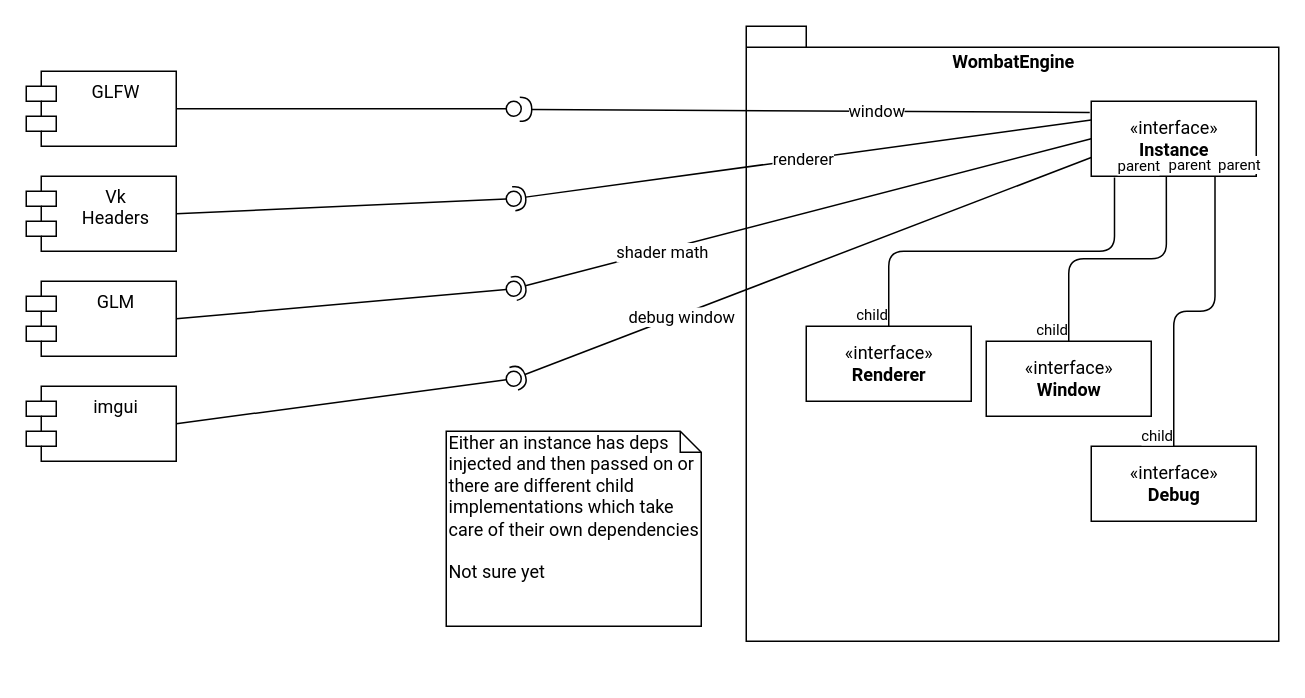
The draw.io diagram UML/UML_Architecture_V1.drawio in AFaurholt/WombatEngine, before the edit. Source tidied: cells renumbered, new cells numbered last; positions are measured from the earlier drawing's top-left corner, leaving out a move shared by most shapes. Both pictures are drawn from the tidied source at 150%, with x=0, y=0 at pixel (26, 26).
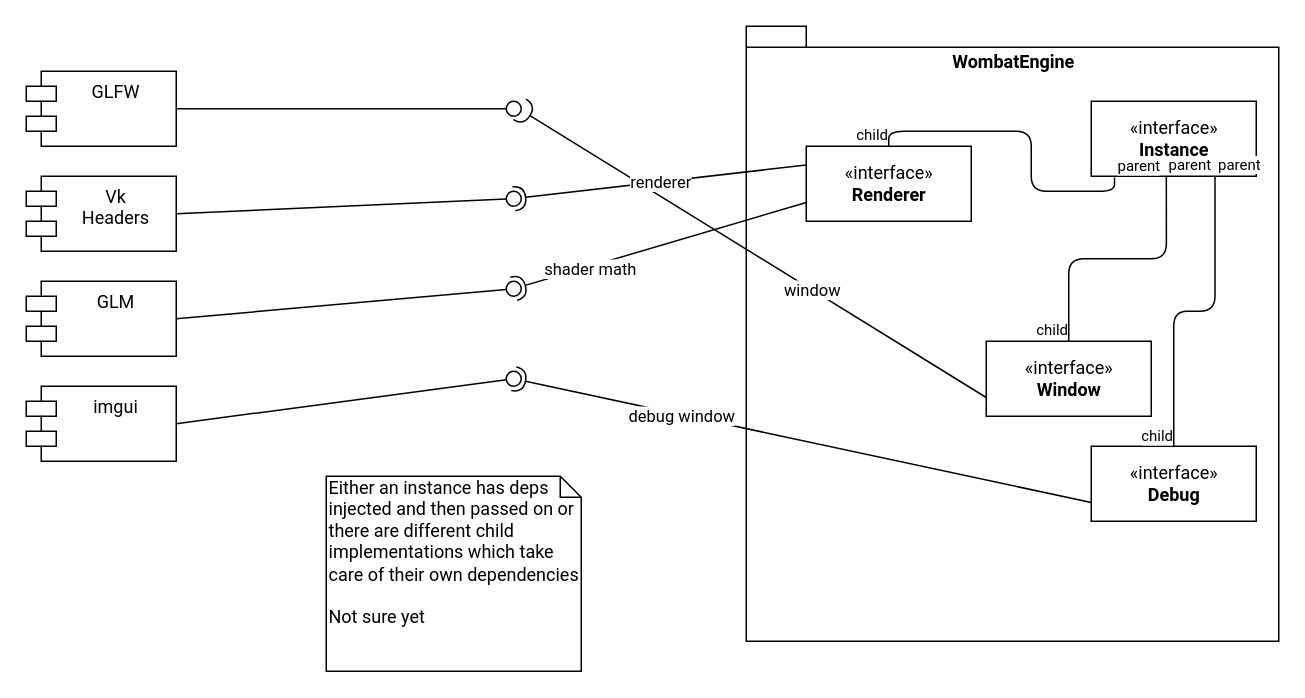
The same page after the edit.

Unchanged cells that the change refers to:
```xml
<mxCell id="7" value="«interface»&lt;br&gt;&lt;b&gt;Instance&lt;/b&gt;" style="html=1;fontFamily=Roboto;FType=g;" parent="1" vertex="1">
  <mxGeometry x="710" y="50" width="110" height="50" as="geometry" />
</mxCell>
<mxCell id="8" value="«interface»&lt;br&gt;&lt;b&gt;Window&lt;/b&gt;" style="html=1;fontFamily=Roboto;FType=g;" parent="1" vertex="1">
  <mxGeometry x="640" y="210" width="110" height="50" as="geometry" />
</mxCell>
<mxCell id="19" style="ellipse;whiteSpace=wrap;html=1;fontFamily=Roboto;fontSize=12;fontColor=#000000;align=center;strokeColor=#000000;fillColor=#ffffff;points=[];FType=g;" parent="1" vertex="1">
  <mxGeometry x="320" y="50" width="10" height="10" as="geometry" />
</mxCell>
<mxCell id="22" style="ellipse;whiteSpace=wrap;html=1;fontFamily=Roboto;fontSize=12;fontColor=#000000;align=center;strokeColor=#000000;fillColor=#ffffff;points=[];FType=g;" parent="1" vertex="1">
  <mxGeometry x="320" y="110" width="10" height="10" as="geometry" />
</mxCell>
<mxCell id="26" style="ellipse;whiteSpace=wrap;html=1;fontFamily=Roboto;fontSize=12;fontColor=#000000;align=center;strokeColor=#000000;fillColor=#ffffff;points=[];FType=g;" parent="1" vertex="1">
  <mxGeometry x="320" y="170" width="10" height="10" as="geometry" />
</mxCell>
<mxCell id="30" style="ellipse;whiteSpace=wrap;html=1;fontFamily=Roboto;fontSize=12;fontColor=#000000;align=center;strokeColor=#000000;fillColor=#ffffff;points=[];FType=g;" parent="1" vertex="1">
  <mxGeometry x="320" y="230" width="10" height="10" as="geometry" />
</mxCell>
<mxCell id="31" value="«interface»&lt;br&gt;&lt;b&gt;Debug&lt;/b&gt;" style="html=1;fontFamily=Roboto;FType=g;" parent="1" vertex="1">
  <mxGeometry x="710" y="280" width="110" height="50" as="geometry" />
</mxCell>
```

What changed in the source:
```diff
@@
     <mxCell id="12" value="«interface»&lt;br&gt;&lt;b&gt;Renderer&lt;/b&gt;" style="html=1;fontFamily=Roboto;FType=g;" parent="1" vertex="1">
-      <mxGeometry x="520" y="200" width="110" height="50" as="geometry" />
+      <mxGeometry x="520" y="80" width="110" height="50" as="geometry" />
     </mxCell>
@@
-    <mxCell id="17" style="rounded=0;jettySize=auto;html=1;endArrow=halfCircle;endFill=0;endSize=6;strokeWidth=1;exitX=-0.009;exitY=0.149;exitDx=0;exitDy=0;exitPerimeter=0;entryX=0.9;entryY=0.538;entryDx=0;entryDy=0;entryPerimeter=0;fontFamily=Roboto;FType=g;" parent="1" edge="1" source="7" target="19">
+    <mxCell id="17" style="rounded=0;jettySize=auto;html=1;endArrow=halfCircle;endFill=0;endSize=6;strokeWidth=1;exitX=0;exitY=0.75;exitDx=0;exitDy=0;entryX=0.9;entryY=0.538;entryDx=0;entryDy=0;entryPerimeter=0;fontFamily=Roboto;FType=g;" parent="1" edge="1" source="8" target="19">
       <mxGeometry relative="1" as="geometry" />
     </mxCell>
@@
-    <mxCell id="21" value="renderer" style="rounded=0;jettySize=auto;html=1;endArrow=halfCircle;endFill=0;entryX=0.5;entryY=0.5;entryDx=0;entryDy=0;endSize=6;strokeWidth=1;exitX=0;exitY=0.25;exitDx=0;exitDy=0;fontFamily=Roboto;FType=g;" parent="1" edge="1" source="7" target="22">
+    <mxCell id="21" value="renderer" style="rounded=0;jettySize=auto;html=1;endArrow=halfCircle;endFill=0;entryX=0.5;entryY=0.5;entryDx=0;entryDy=0;endSize=6;strokeWidth=1;exitX=0;exitY=0.25;exitDx=0;exitDy=0;fontFamily=Roboto;FType=g;" parent="1" edge="1" source="12" target="22">
       <mxGeometry relative="1" as="geometry" />
     </mxCell>
@@
-    <mxCell id="24" style="rounded=0;jettySize=auto;html=1;endArrow=halfCircle;endFill=0;entryX=0.5;entryY=0.5;entryDx=0;entryDy=0;endSize=6;strokeWidth=1;exitX=0;exitY=0.5;exitDx=0;exitDy=0;fontFamily=Roboto;FType=g;" parent="1" edge="1" source="7" target="26">
+    <mxCell id="24" style="rounded=0;jettySize=auto;html=1;endArrow=halfCircle;endFill=0;entryX=0.5;entryY=0.5;entryDx=0;entryDy=0;endSize=6;strokeWidth=1;exitX=0;exitY=0.75;exitDx=0;exitDy=0;fontFamily=Roboto;FType=g;" parent="1" edge="1" source="12" target="26">
       <mxGeometry relative="1" as="geometry" />
     </mxCell>
@@
-    <mxCell id="28" style="rounded=0;jettySize=auto;html=1;endArrow=halfCircle;endFill=0;entryX=0.5;entryY=0.5;entryDx=0;entryDy=0;endSize=6;strokeWidth=1;exitX=0;exitY=0.75;exitDx=0;exitDy=0;fontFamily=Roboto;FType=g;" parent="1" edge="1" source="7" target="30">
+    <mxCell id="28" style="rounded=0;jettySize=auto;html=1;endArrow=halfCircle;endFill=0;entryX=0.5;entryY=0.5;entryDx=0;entryDy=0;endSize=6;strokeWidth=1;exitX=0;exitY=0.75;exitDx=0;exitDy=0;fontFamily=Roboto;FType=g;" parent="1" edge="1" source="31" target="30">
       <mxGeometry relative="1" as="geometry" />
     </mxCell>
@@
     <mxCell id="35" value="&lt;div&gt;Either an instance has deps injected and then passed on or there are different child implementations which take care of their own dependencies&lt;/div&gt;&lt;div&gt;&lt;br&gt;&lt;/div&gt;&lt;div&gt;Not sure yet&lt;br&gt;&lt;/div&gt;" style="shape=note;whiteSpace=wrap;html=1;size=14;verticalAlign=top;align=left;spacingTop=-6;fontFamily=Roboto;FType=g;" parent="1" vertex="1">
-      <mxGeometry x="280" y="270" width="170" height="130" as="geometry" />
+      <mxGeometry x="200" y="300" width="170" height="130" as="geometry" />
     </mxCell>
```
